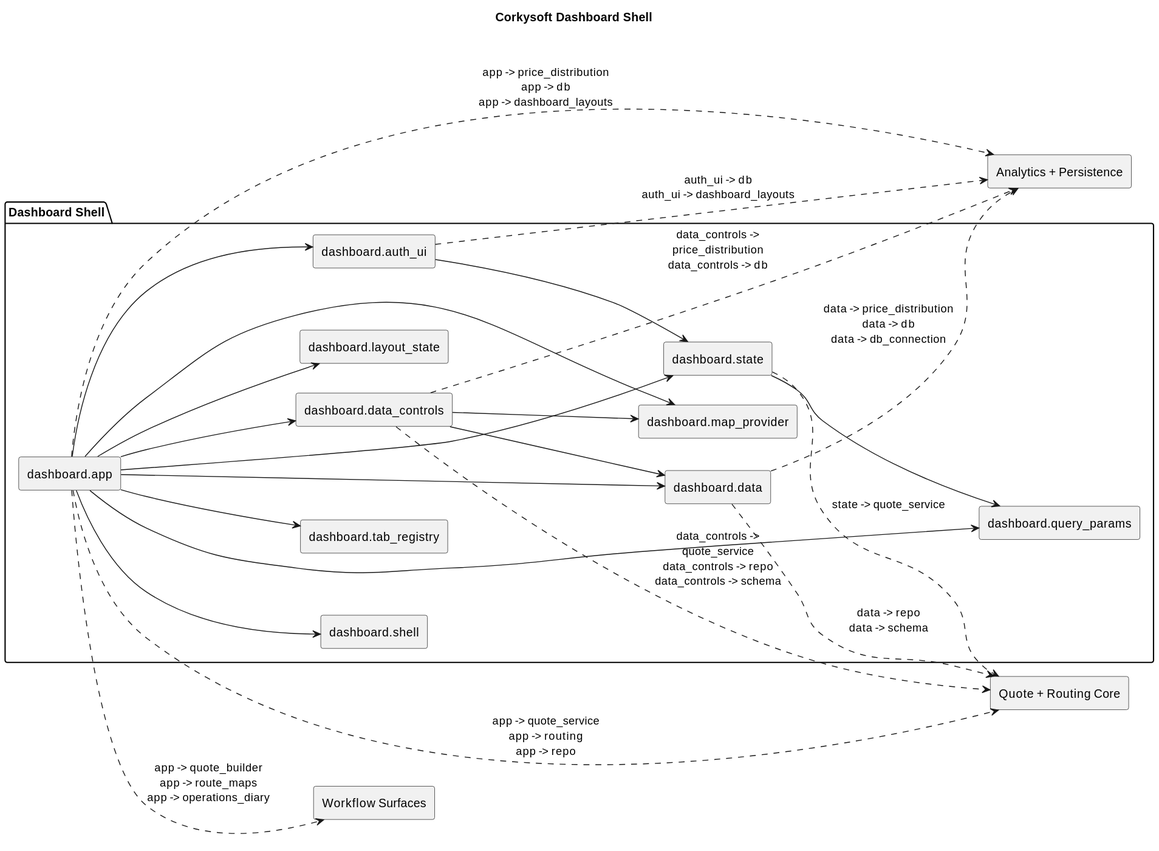
Before: docs/rendered/svg/dashboard_shell.svg, a diagram exported from PlantUML (chboishabba/corkysoft). Its diagram source:
```plantuml
@startuml
title Corkysoft Dashboard Shell
left to right direction
skinparam componentStyle rectangle
skinparam shadowing false
skinparam wrapWidth 220
skinparam maxMessageSize 180
package "Dashboard Shell" {
  [dashboard.app] as dashboard_app
  [dashboard.auth_ui] as dashboard_auth_ui
  [dashboard.data] as dashboard_data
  [dashboard.data_controls] as dashboard_data_controls
  [dashboard.layout_state] as dashboard_layout_state
  [dashboard.map_provider] as dashboard_map_provider
  [dashboard.query_params] as dashboard_query_params
  [dashboard.shell] as dashboard_shell
  [dashboard.state] as dashboard_state
  [dashboard.tab_registry] as dashboard_tab_registry
}
dashboard_app --> dashboard_auth_ui
dashboard_app --> dashboard_data
dashboard_app --> dashboard_data_controls
dashboard_app --> dashboard_layout_state
dashboard_app --> dashboard_map_provider
dashboard_app --> dashboard_query_params
dashboard_app --> dashboard_shell
dashboard_app --> dashboard_state
dashboard_app --> dashboard_tab_registry
dashboard_auth_ui --> dashboard_state
dashboard_data_controls --> dashboard_data
dashboard_data_controls --> dashboard_map_provider
dashboard_state --> dashboard_query_params
[Analytics + Persistence] as external_analytics_persistence
dashboard_app ..> external_analytics_persistence : app -> price_distribution\napp -> db\napp -> dashboard_layouts
dashboard_auth_ui ..> external_analytics_persistence : auth_ui -> db\nauth_ui -> dashboard_layouts
dashboard_data_controls ..> external_analytics_persistence : data_controls -> price_distribution\ndata_controls -> db
dashboard_data ..> external_analytics_persistence : data -> price_distribution\ndata -> db\ndata -> db_connection
[Quote + Routing Core] as external_quote_routing_core
dashboard_app ..> external_quote_routing_core : app -> quote_service\napp -> routing\napp -> repo
dashboard_data_controls ..> external_quote_routing_core : data_controls -> quote_service\ndata_controls -> repo\ndata_controls -> schema
dashboard_data ..> external_quote_routing_core : data -> repo\ndata -> schema
dashboard_state ..> external_quote_routing_core : state -> quote_service
[Workflow Surfaces] as external_workflow_surfaces
dashboard_app ..> external_workflow_surfaces : app -> quote_builder\napp -> route_maps\napp -> operations_diary
@enduml
```
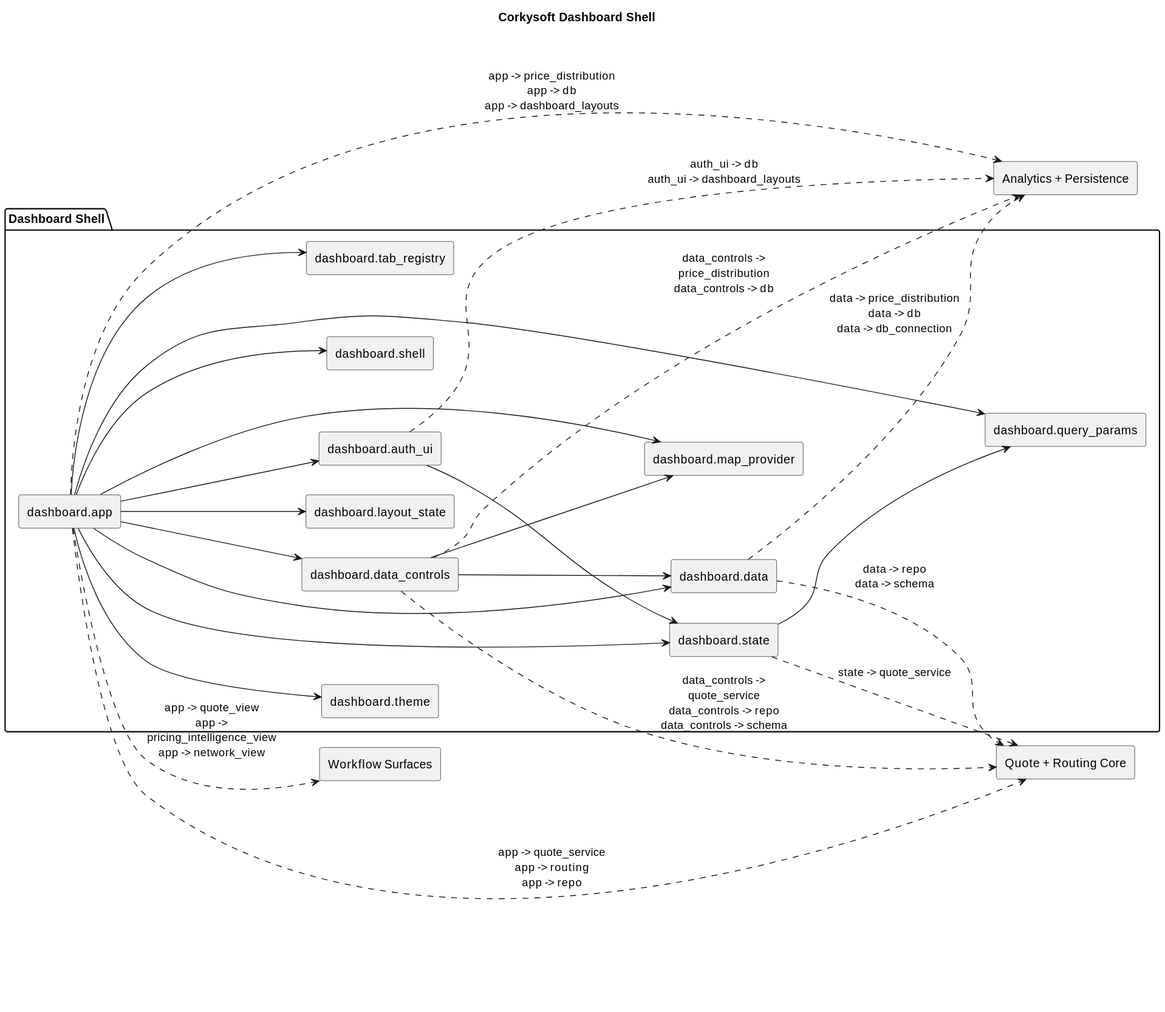
The same diagram one commit later.

The edit, as a diff of the source:
```diff
@@ -16,6 +16,7 @@
   [dashboard.shell] as dashboard_shell
   [dashboard.state] as dashboard_state
   [dashboard.tab_registry] as dashboard_tab_registry
+  [dashboard.theme] as dashboard_theme
 }
 dashboard_app --> dashboard_auth_ui
 dashboard_app --> dashboard_data
@@ -26,6 +27,7 @@
 dashboard_app --> dashboard_shell
 dashboard_app --> dashboard_state
 dashboard_app --> dashboard_tab_registry
+dashboard_app --> dashboard_theme
 dashboard_auth_ui --> dashboard_state
 dashboard_data_controls --> dashboard_data
 dashboard_data_controls --> dashboard_map_provider
@@ -41,5 +43,5 @@
 dashboard_data ..> external_quote_routing_core : data -> repo\ndata -> schema
 dashboard_state ..> external_quote_routing_core : state -> quote_service
 [Workflow Surfaces] as external_workflow_surfaces
-dashboard_app ..> external_workflow_surfaces : app -> quote_builder\napp -> route_maps\napp -> operations_diary
+dashboard_app ..> external_workflow_surfaces : app -> quote_view\napp -> pricing_intelligence_view\napp -> network_view
 @enduml
```
